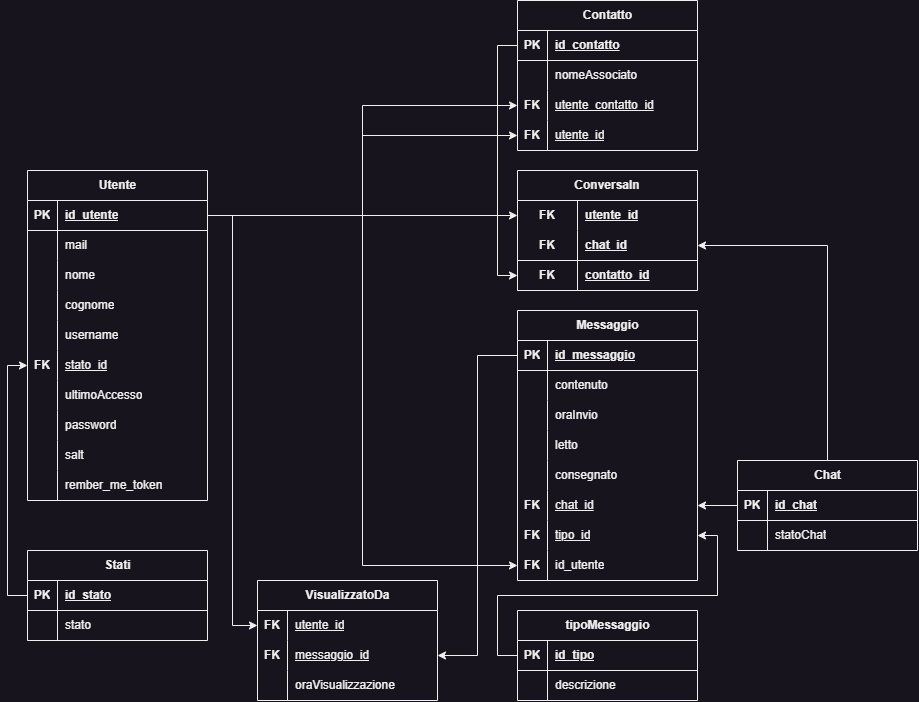
This is Readme/SchemaRelazionale.png from FanteyOfficial/ProgettoQuintaInformatica, a draw.io export, as it was before one commit. Source tidied: cells renumbered, new cells last; positions are measured from the earlier drawing's top-left corner, leaving out a move shared by most shapes.
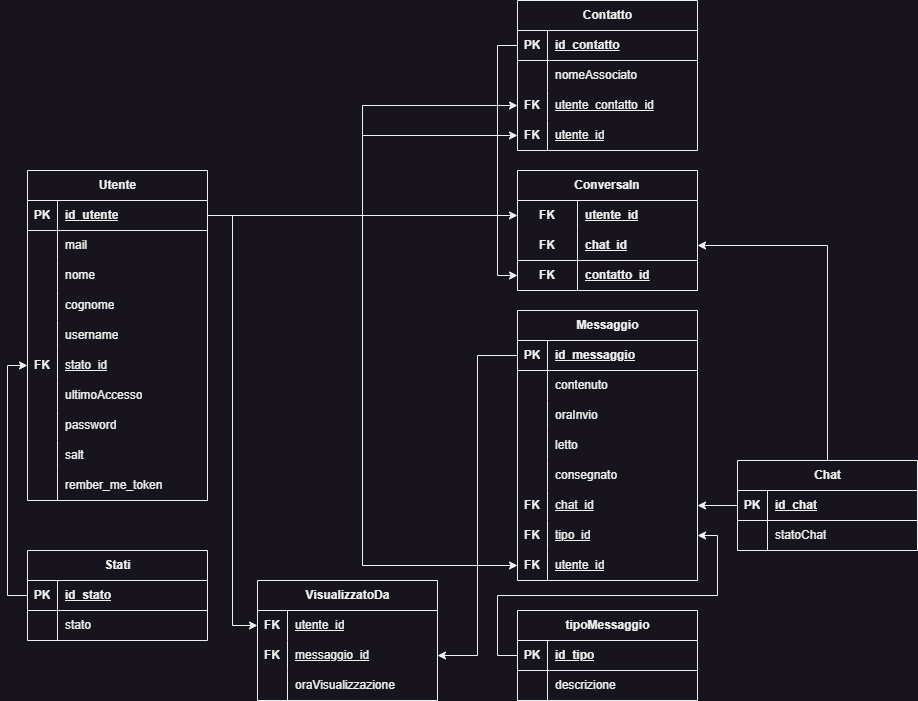
Later version of the same file.

Change to the diagram source:
```diff
@@ -251,7 +251,7 @@
     <mxCell id="84" value="&lt;b&gt;FK&lt;/b&gt;" style="shape=partialRectangle;fillColor=none;top=0;left=0;bottom=0;right=0;overflow=hidden;whiteSpace=wrap;html=1;" parent="83" vertex="1">
       <mxGeometry width="30" height="30" as="geometry" />
     </mxCell>
-    <mxCell id="85" value="id_utente" style="shape=partialRectangle;fillColor=none;top=0;left=0;bottom=0;right=0;align=left;spacingLeft=6;overflow=hidden;whiteSpace=wrap;html=1;" parent="83" vertex="1">
+    <mxCell id="85" value="&lt;u&gt;utente_id&lt;/u&gt;" style="shape=partialRectangle;fillColor=none;top=0;left=0;bottom=0;right=0;align=left;spacingLeft=6;overflow=hidden;whiteSpace=wrap;html=1;" parent="83" vertex="1">
       <mxGeometry x="30" width="150" height="30" as="geometry" />
     </mxCell>
     <mxCell id="86" style="edgeStyle=orthogonalEdgeStyle;rounded=0;jettySize=auto;html=1;" parent="1" edge="1" source="3" target="34">
```
